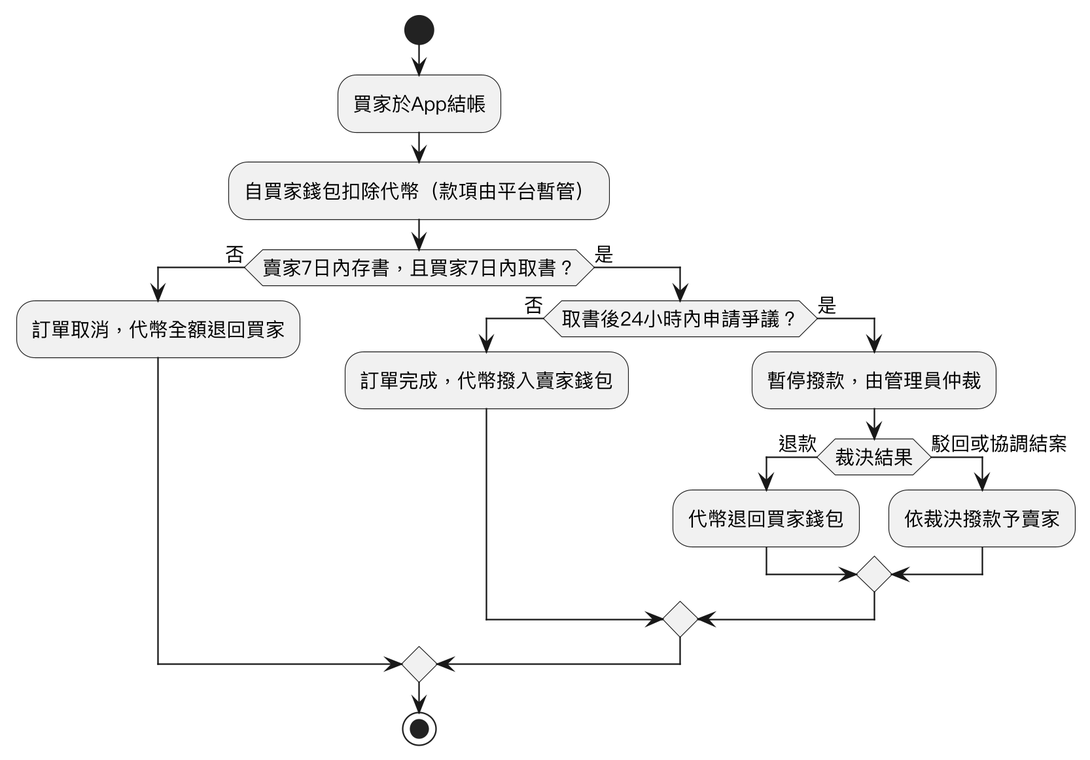
Earlier version of the PlantUML export Diagrams/Activity diagram/v3/payment_flow.png (SaveMyBook/SaveMyBook). Its diagram source:
```plantuml
@startuml
skinparam monochrome true
skinparam shadowing false
skinparam dpi 220
skinparam defaultFontName "PingFang TC"
skinparam defaultFontSize 13
start
:買家於App結帳;
:自買家錢包扣除代幣（款項由平台暫管）;
if (賣家7日內存書，且買家7日內取書？) then (否)
  :訂單取消，代幣全額退回買家;
else (是)
  if (取書後24小時內申請爭議？) then (否)
    :訂單完成，代幣撥入賣家錢包;
  else (是)
    :暫停撥款，由管理員仲裁;
    if (裁決結果) then (退款)
      :代幣退回買家錢包;
    else (駁回或協調結案)
      :依裁決撥款予賣家;
    endif
  endif
endif
stop
@enduml
```
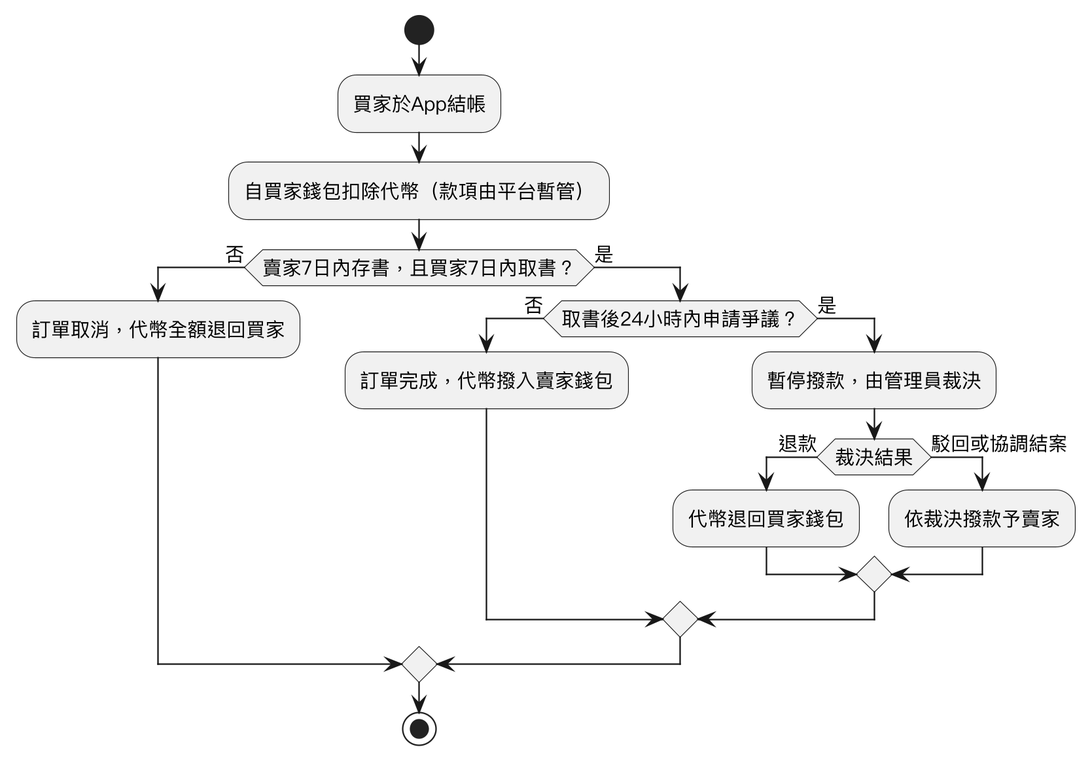
Later version of the same file.

Change to the diagram source:
```diff
@@ -13,7 +13,7 @@
   if (取書後24小時內申請爭議？) then (否)
     :訂單完成，代幣撥入賣家錢包;
   else (是)
-    :暫停撥款，由管理員仲裁;
+    :暫停撥款，由管理員裁決;
     if (裁決結果) then (退款)
       :代幣退回買家錢包;
     else (駁回或協調結案)
```
